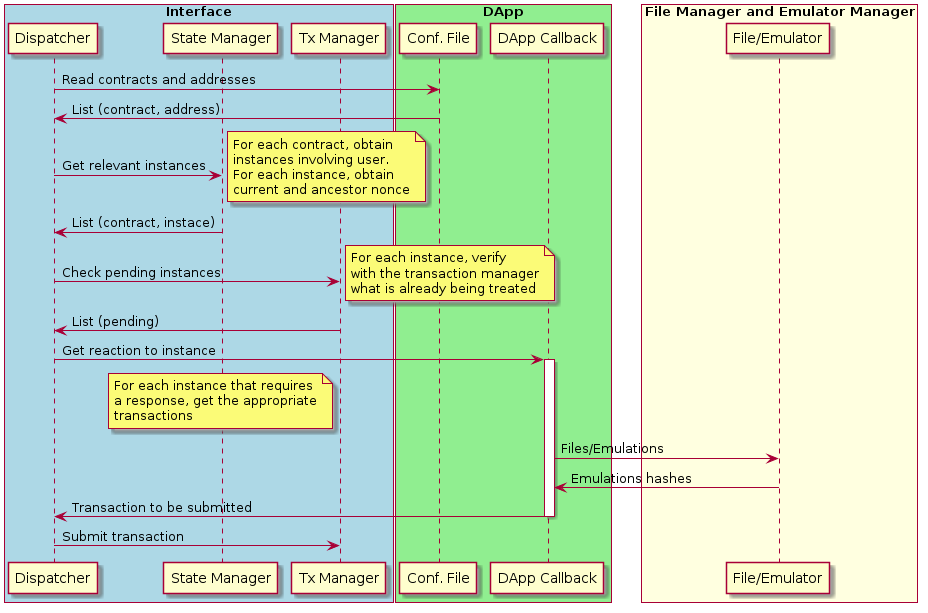
Earlier version of the PlantUML export dispatcher.png (cartesi/dispatcher).
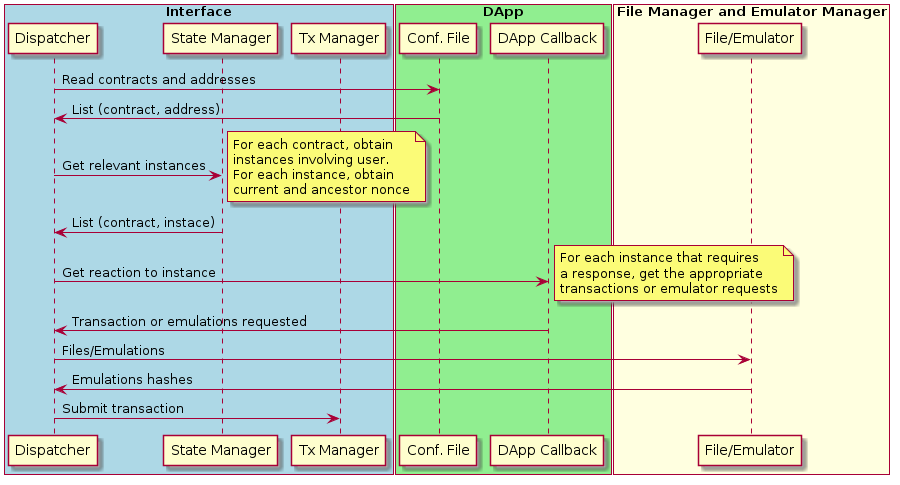
Above is the later version.

What changed in the source:
```diff
@@ -20,23 +20,14 @@
   current and ancestor nonce
 end note
 SM -> D : List (contract, instace)
-D -> TM : Check pending instances
+D -> DC : Get reaction to instance
 note right
-  For each instance, verify
-  with the transaction manager
-  what is already being treated
-end note
-TM -> D : List (pending)
-D -> DC : Get reaction to instance
-activate DC
-note over SM
   For each instance that requires
   a response, get the appropriate
-  transactions
+  transactions or emulator requests
 end note
-DC -> others : Files/Emulations
-others -> DC : Emulations hashes
-DC -> D : Transaction to be submitted
-deactivate DC
+DC -> D : Transaction or emulations requested
+D -> others : Files/Emulations
+others -> D : Emulations hashes
 D -> TM : Submit transaction
 @enduml
```
